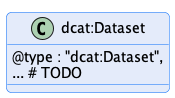
The PlantUML diagram catalog/message/diagram/dataset.png in International-Data-Spaces-Association/ids-specification, before a commit.
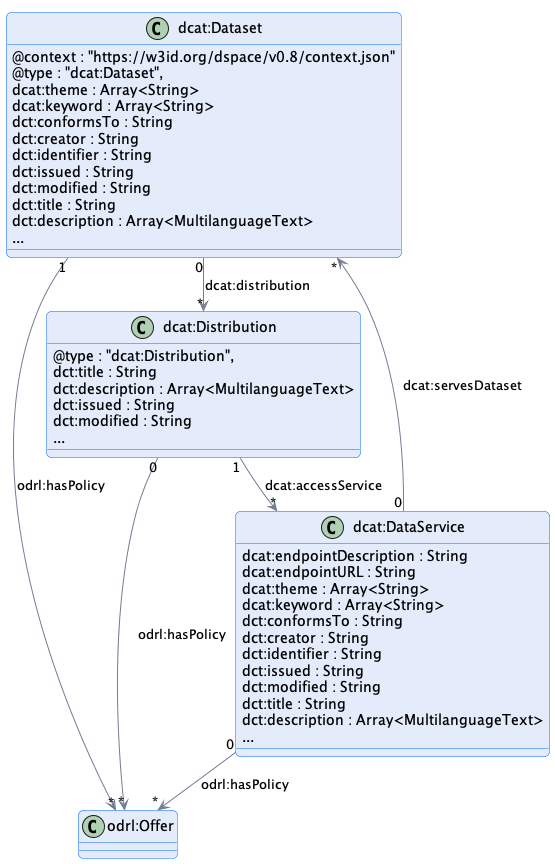
The same diagram one commit later.

Change to the diagram source:
```diff
@@ -5,10 +5,56 @@
 
 hide empty description
 
-
 class dcat:Dataset {
+    @context : "https://w3id.org/dspace/v0.8/context.json"
     @type : "dcat:Dataset",
-    ... # TODO
+    dcat:theme : Array<String>
+    dcat:keyword : Array<String>
+    dct:conformsTo : String
+    dct:creator : String
+    dct:identifier : String
+    dct:issued : String
+    dct:modified : String
+    dct:title : String
+    dct:description : Array<MultilanguageText>
+    ...
 }
 
+class dcat:Distribution {
+    @type : "dcat:Distribution",
+    dct:title : String
+    dct:description : Array<MultilanguageText>
+    dct:issued : String
+    dct:modified : String
+    ...
+}
+
+"dcat:Distribution" "0" --> "*" "odrl:Offer" : "odrl:hasPolicy"
+
+"dcat:Distribution" "1" --> "*" "dcat:DataService" : "dcat:accessService"
+
+"dcat:Dataset" "1" --> "*" "odrl:Offer" : "odrl:hasPolicy"
+
+"dcat:Dataset" "0" --> "*" "dcat:Distribution" : "dcat:distribution"
+
+
+class dcat:DataService {
+    dcat:endpointDescription : String
+    dcat:endpointURL : String
+    dcat:theme : Array<String>
+    dcat:keyword : Array<String>
+    dct:conformsTo : String
+    dct:creator : String
+    dct:identifier : String
+    dct:issued : String
+    dct:modified : String
+    dct:title : String
+    dct:description : Array<MultilanguageText>
+    ...
+}
+
+"dcat:DataService" "0" --> "*" "dcat:Dataset" : "dcat:servesDataset"
+
+"dcat:DataService" "0" --> "*" "odrl:Offer" : "odrl:hasPolicy"
+
 @enduml
```
